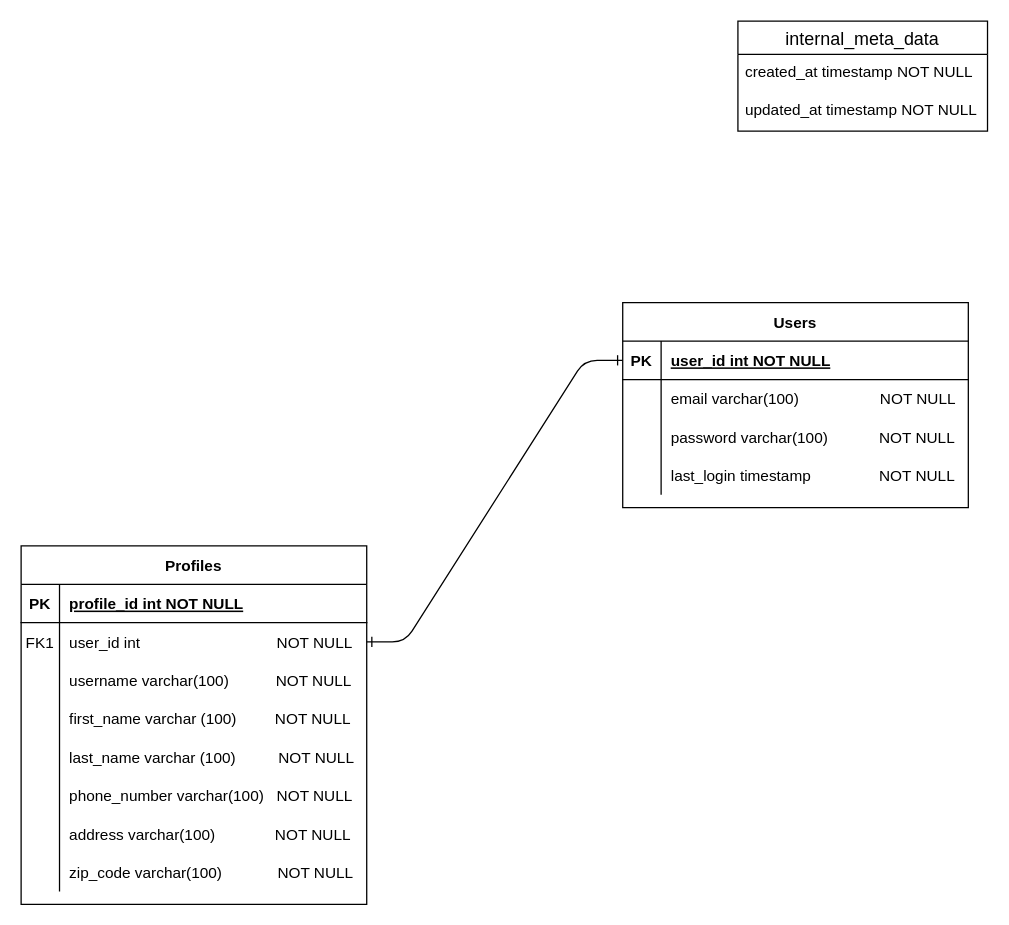
bithunters-web/Database-Diagram keeps this draw.io diagram as Relationship-Diagram.drawio. Above is the earlier version. Source tidied: cells renumbered, new cells numbered last; positions are measured from the earlier drawing's top-left corner, leaving out a move shared by most shapes. Both pictures are drawn from the tidied source at 128%, with x=0, y=0 at pixel (20, 20).
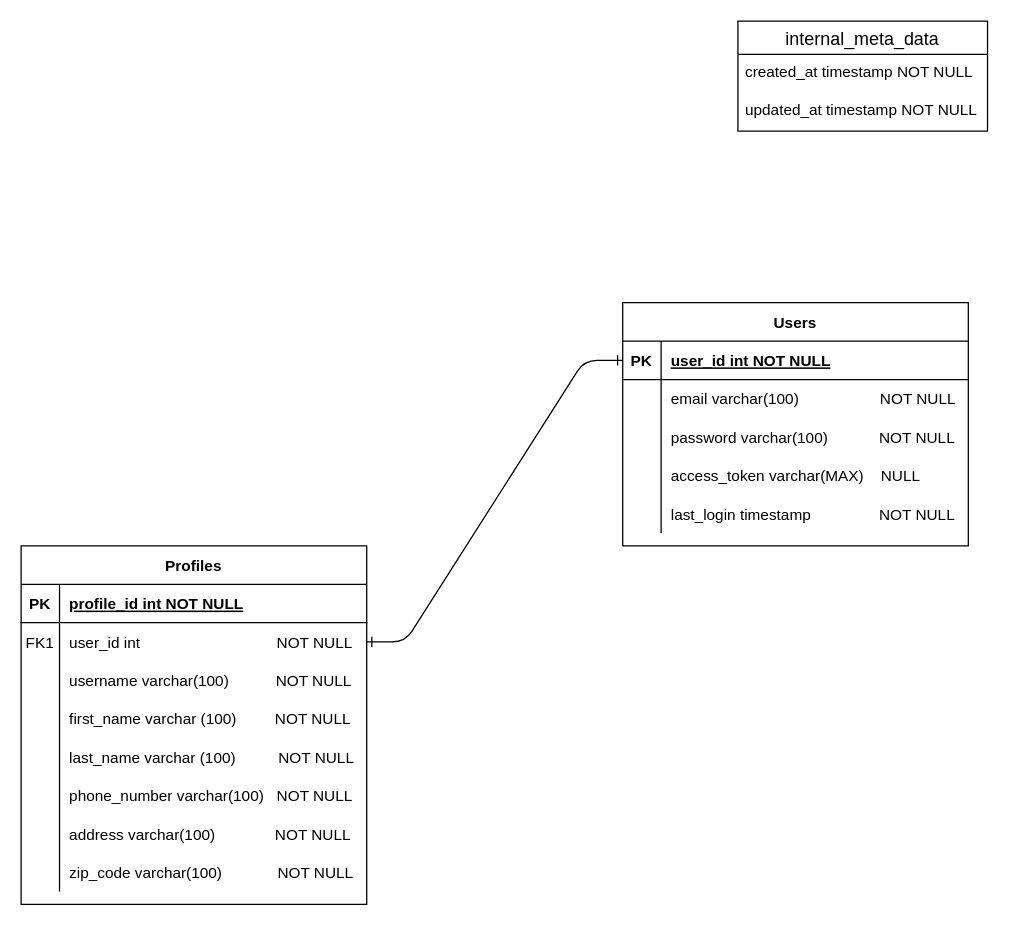
Above is the later version.

Commit message:
access token field to users

The edit, as a diff of the source:
```diff
@@
     <mxCell id="3" value="Users" style="shape=table;startSize=30;childLayout=tableLayout;rowLines=0;fontStyle=1;align=center;" parent="1" vertex="1">
-      <mxGeometry x="470" y="220" width="270" height="160" as="geometry" />
+      <mxGeometry x="470" y="220" width="270" height="190" as="geometry" />
     </mxCell>
@@
+    <mxCell id="44" style="shape=partialRectangle;fillColor=none;top=0;left=0;right=0;bottom=0;" parent="3" vertex="1">
+      <mxGeometry y="120" width="270" height="30" as="geometry" />
+    </mxCell>
+    <mxCell id="45" style="shape=partialRectangle;overflow=hidden;fillColor=none;top=0;left=0;bottom=0;right=0;" parent="44" vertex="1">
+      <mxGeometry width="30" height="30" as="geometry" />
+    </mxCell>
+    <mxCell id="46" value="access_token varchar(MAX)    NULL" style="shape=partialRectangle;overflow=hidden;fillColor=none;top=0;left=0;bottom=0;right=0;align=left;spacingLeft=6;" parent="44" vertex="1">
+      <mxGeometry x="30" width="240" height="30" as="geometry" />
+    </mxCell>
     <mxCell id="13" style="shape=partialRectangle;fillColor=none;top=0;left=0;right=0;bottom=0;" parent="3" vertex="1">
-      <mxGeometry y="120" width="270" height="30" as="geometry" />
+      <mxGeometry y="150" width="270" height="30" as="geometry" />
     </mxCell>
```
